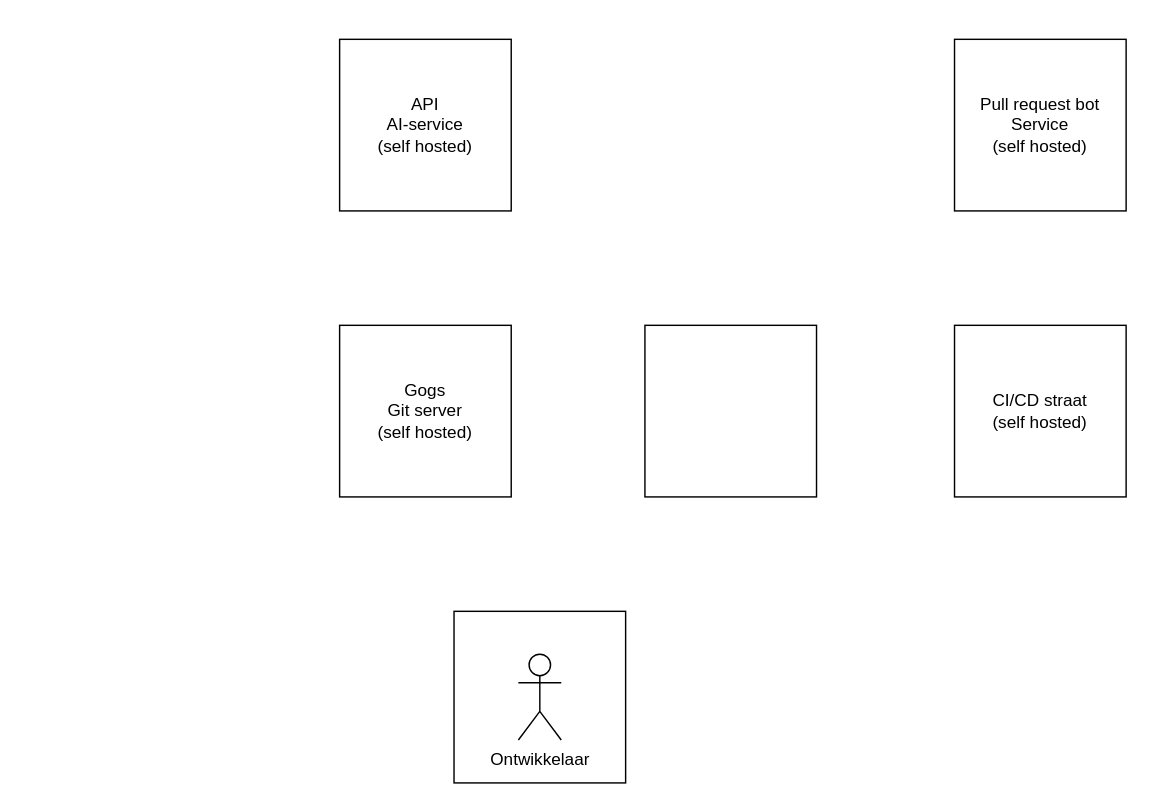
Earlier version of the draw.io diagram page "Pull request bot" (3 of 8) of cli app.drawio (luukvankooten/draw.io). Source tidied: cells renumbered, new cells numbered last; positions are measured from the earlier drawing's top-left corner, leaving out a move shared by most shapes. Both pictures are drawn from the tidied source at 143%, with x=0, y=0 at pixel (339, 39).
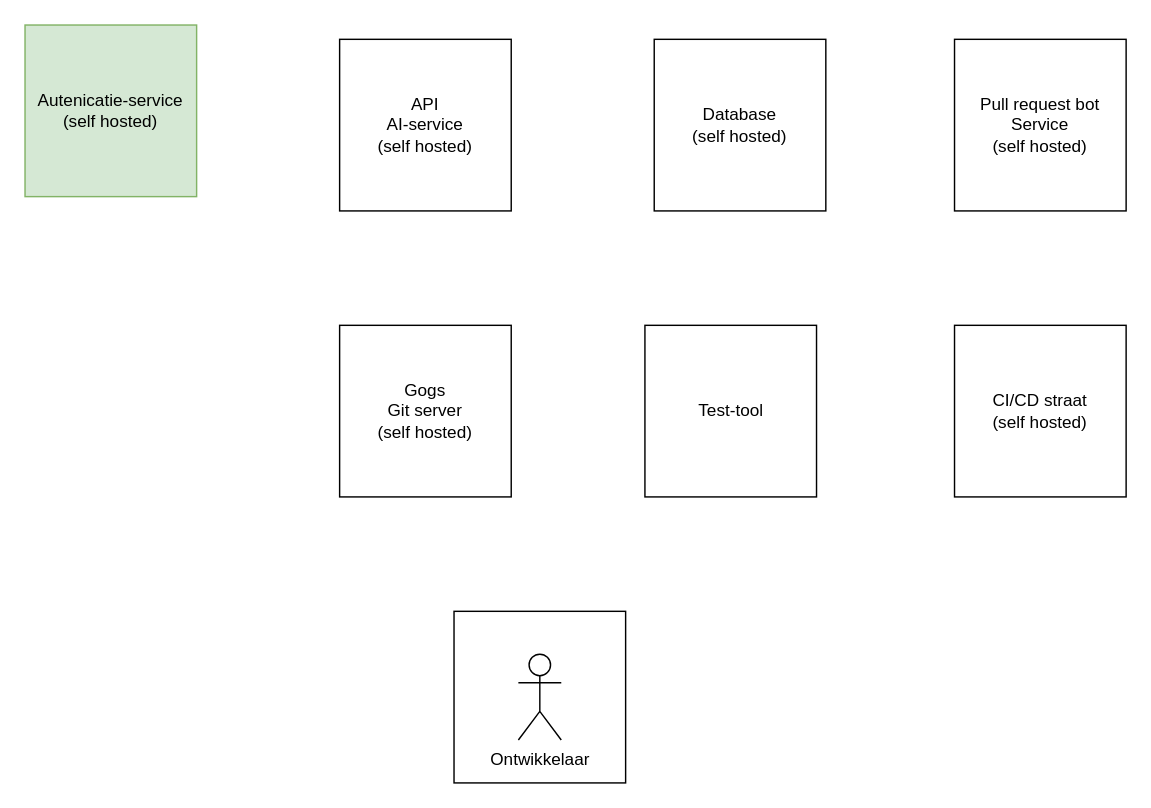
Above is the later version.

What changed in the source:
```diff
@@
 <mxGraphModel>
   <root>
     <mxCell id="0" />
     <mxCell id="1" parent="0" />
     <mxCell id="2" value="&lt;div&gt;Gogs&lt;/div&gt;&lt;div&gt;Git server&lt;br&gt;&lt;/div&gt;&lt;div&gt;(self hosted)&lt;br&gt;&lt;/div&gt;" style="whiteSpace=wrap;html=1;" parent="1" vertex="1">
       <mxGeometry y="200" width="120" height="120" as="geometry" />
     </mxCell>
     <mxCell id="3" value="&lt;div&gt;Pull request bot Service&lt;/div&gt;&lt;div&gt;(self hosted)&lt;br&gt;&lt;/div&gt;" style="whiteSpace=wrap;html=1;" parent="1" vertex="1">
       <mxGeometry x="430" width="120" height="120" as="geometry" />
     </mxCell>
     <mxCell id="4" style="group;" parent="1" vertex="1">
       <mxGeometry x="80" y="400" width="120" height="120" as="geometry" />
     </mxCell>
     <mxCell id="5" style="whiteSpace=wrap;html=1;" parent="4" vertex="1">
       <mxGeometry width="120" height="120" as="geometry" />
     </mxCell>
     <mxCell id="6" value="Ontwikkelaar" style="shape=umlActor;verticalLabelPosition=bottom;verticalAlign=top;html=1;" parent="4" vertex="1">
       <mxGeometry x="45" y="30" width="30" height="60" as="geometry" />
     </mxCell>
     <mxCell id="7" value="&lt;div&gt;CI/CD straat&lt;/div&gt;(self hosted)" style="whiteSpace=wrap;html=1;" parent="1" vertex="1">
       <mxGeometry x="430" y="200" width="120" height="120" as="geometry" />
     </mxCell>
     <mxCell id="8" value="&lt;div&gt;API &lt;br&gt;&lt;/div&gt;&lt;div&gt;AI-service&lt;/div&gt;&lt;div&gt;(self hosted)&lt;br&gt;&lt;/div&gt;" style="whiteSpace=wrap;html=1;" parent="1" vertex="1">
       <mxGeometry width="120" height="120" as="geometry" />
     </mxCell>
-    <mxCell id="9" style="whiteSpace=wrap;html=1;" parent="1" vertex="1">
+    <mxCell id="9" value="Test-tool" style="whiteSpace=wrap;html=1;" parent="1" vertex="1">
       <mxGeometry x="213.5" y="200" width="120" height="120" as="geometry" />
     </mxCell>
+    <mxCell id="10" value="&lt;div&gt;Autenicatie-service&lt;/div&gt;&lt;div&gt;(self hosted)&lt;br&gt;&lt;/div&gt;" style="whiteSpace=wrap;html=1;fillColor=#d5e8d4;strokeColor=#82b366;" parent="1" vertex="1">
+      <mxGeometry x="-220" y="-10" width="120" height="120" as="geometry" />
+    </mxCell>
+    <mxCell id="11" value="&lt;div&gt;Database&lt;/div&gt;&lt;div&gt;(self hosted)&lt;br&gt;&lt;/div&gt;" style="whiteSpace=wrap;html=1;" parent="1" vertex="1">
+      <mxGeometry x="220" width="120" height="120" as="geometry" />
+    </mxCell>
   </root>
 </mxGraphModel>
```
